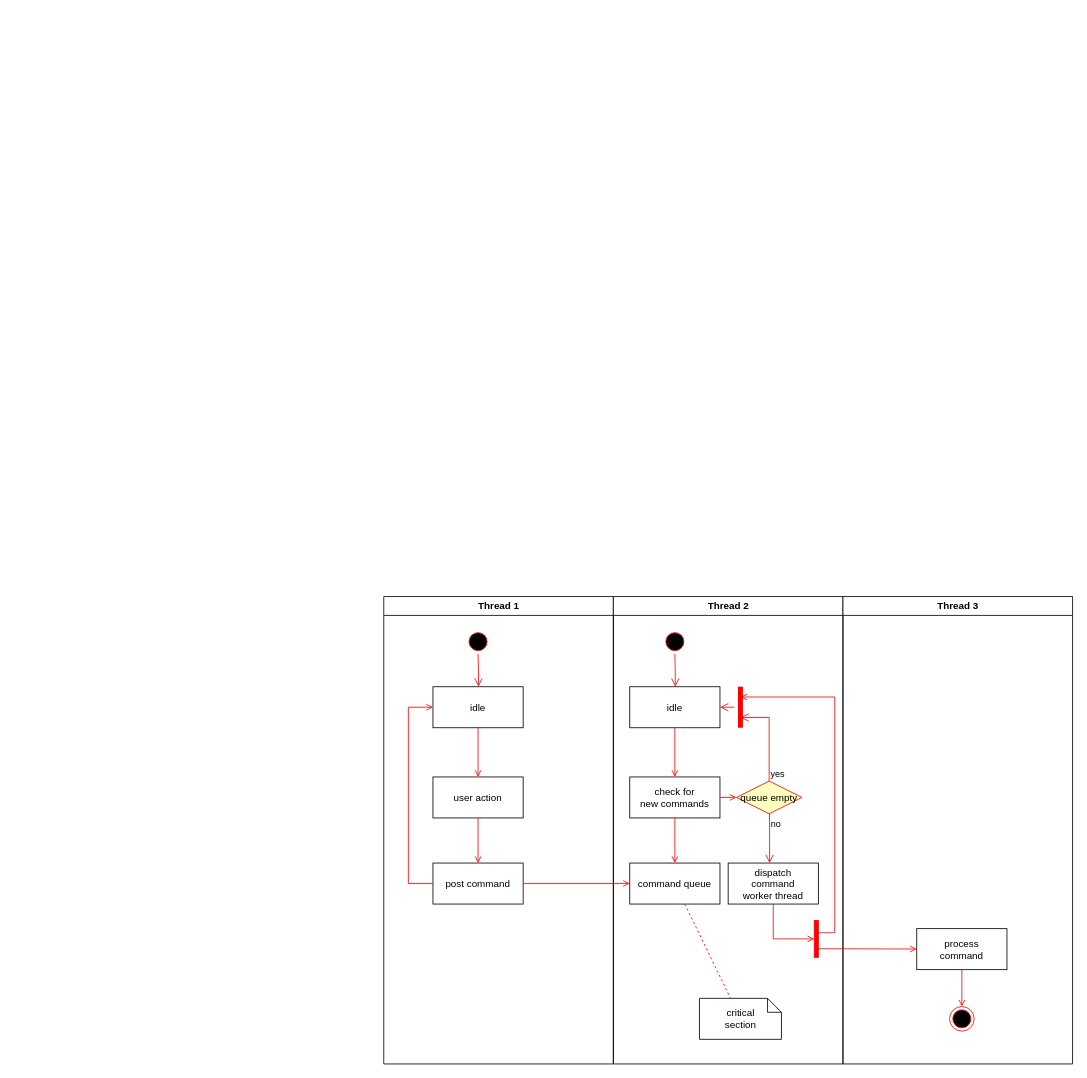
This is repair.drawio from haole1683/Repair_System_Lab2, a draw.io file, before an edit. Source tidied: cells renumbered, new cells numbered last; positions are measured from the earlier drawing's top-left corner, leaving out a move shared by most shapes. Both pictures are drawn from the tidied source at 82%, with x=0, y=0 at pixel (383, 596).
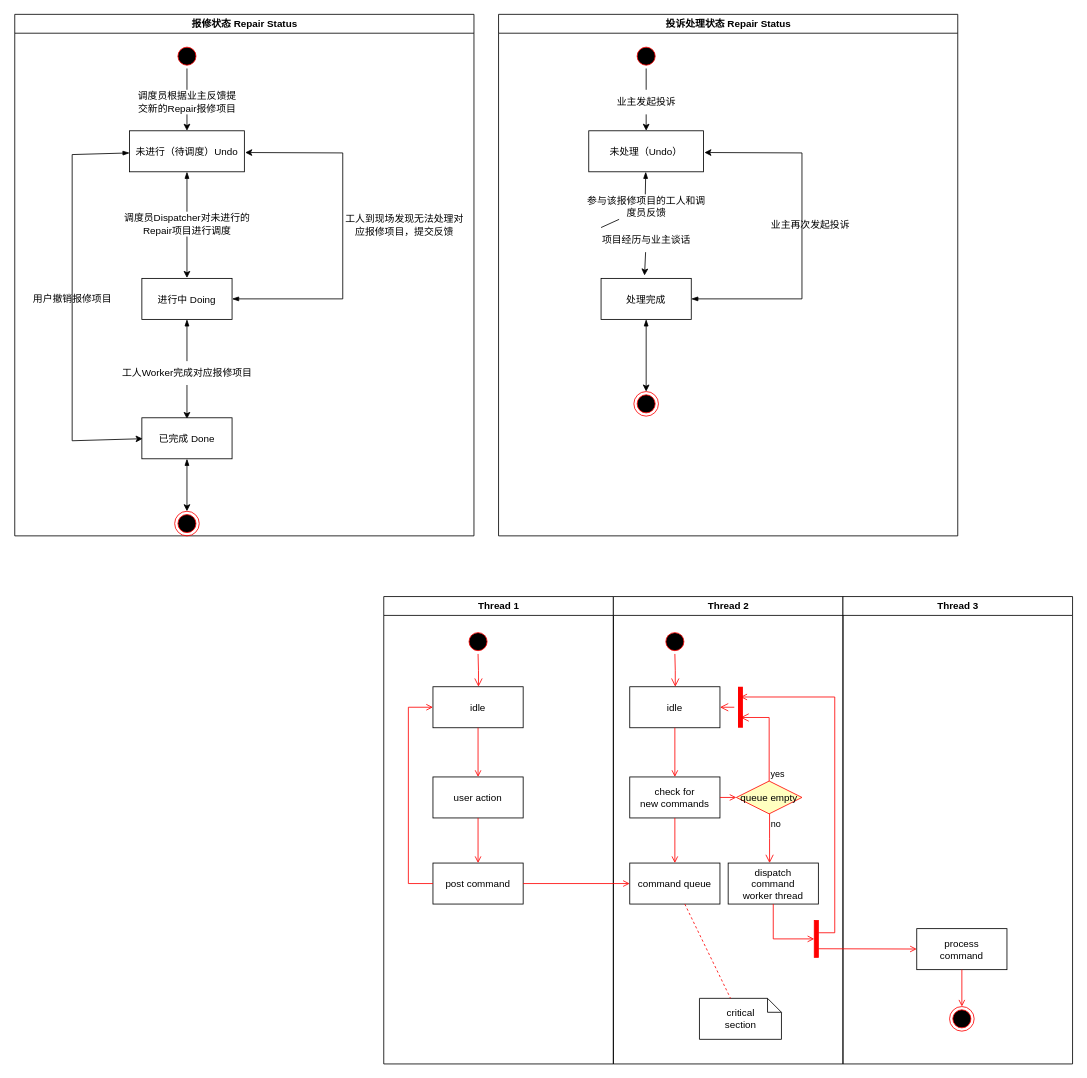
Above is the later version.

What changed in the source:
```diff
@@
+    <mxCell id="37" value="报修状态 Repair Status" style="swimlane;whiteSpace=wrap;startSize=23;" parent="1" vertex="1">
+      <mxGeometry x="-449.5" y="-710" width="560" height="636" as="geometry" />
+    </mxCell>
+    <mxCell id="38" style="edgeStyle=none;rounded=0;jettySize=auto;html=1;startArrow=blockThin;startFill=1;entryX=0.009;entryY=0.51;entryDx=0;entryDy=0;entryPerimeter=0;" parent="37" edge="1" source="44" target="48">
+      <mxGeometry relative="1" as="geometry">
+        <Array as="points">
+          <mxPoint x="70" y="171" />
+          <mxPoint x="70" y="520" />
+        </Array>
+      </mxGeometry>
+    </mxCell>
+    <mxCell id="39" style="edgeStyle=none;rounded=0;jettySize=auto;html=1;startArrow=blockThin;startFill=1;entryX=1.007;entryY=0.53;entryDx=0;entryDy=0;entryPerimeter=0;" parent="37" edge="1" source="46" target="44">
+      <mxGeometry relative="1" as="geometry">
+        <Array as="points">
+          <mxPoint x="400" y="347" />
+          <mxPoint x="400" y="169" />
+        </Array>
+      </mxGeometry>
+    </mxCell>
+    <mxCell id="40" style="edgeStyle=none;rounded=0;jettySize=auto;html=1;entryX=0.5;entryY=0.03;entryDx=0;entryDy=0;entryPerimeter=0;startArrow=blockThin;startFill=1;endArrow=none;" parent="37" edge="1" source="46" target="53">
+      <mxGeometry relative="1" as="geometry" />
+    </mxCell>
+    <mxCell id="41" style="edgeStyle=none;rounded=0;jettySize=auto;html=1;entryX=0.5;entryY=-0.01;entryDx=0;entryDy=0;entryPerimeter=0;startArrow=blockThin;startFill=1;endArrow=none;" parent="37" edge="1" source="44" target="52">
+      <mxGeometry relative="1" as="geometry" />
+    </mxCell>
+    <mxCell id="42" style="ellipse;shape=startState;fillColor=#000000;strokeColor=#ff0000;" parent="37" vertex="1">
+      <mxGeometry x="195" y="36" width="30" height="30" as="geometry" />
+    </mxCell>
+    <mxCell id="43" style="edgeStyle=none;rounded=0;jettySize=auto;html=1;entryX=0.5;entryY=-0.01;entryDx=0;entryDy=0;entryPerimeter=0;startArrow=none;startFill=1;" parent="37" edge="1" source="52" target="46">
+      <mxGeometry relative="1" as="geometry" />
+    </mxCell>
+    <mxCell id="44" value="未进行（待调度）Undo" parent="37" vertex="1">
+      <mxGeometry x="140" y="142" width="140" height="50" as="geometry" />
+    </mxCell>
+    <mxCell id="45" style="edgeStyle=none;rounded=0;jettySize=auto;html=1;entryX=0.5;entryY=0.03;entryDx=0;entryDy=0;entryPerimeter=0;startArrow=none;startFill=1;" parent="37" edge="1" source="53" target="48">
+      <mxGeometry relative="1" as="geometry" />
+    </mxCell>
+    <mxCell id="46" value="进行中 Doing" parent="37" vertex="1">
+      <mxGeometry x="155" y="322" width="110" height="50" as="geometry" />
+    </mxCell>
+    <mxCell id="47" style="edgeStyle=none;rounded=0;jettySize=auto;html=1;entryX=0.5;entryY=0;entryDx=0;entryDy=0;startArrow=blockThin;startFill=1;" parent="37" edge="1" source="48" target="55">
+      <mxGeometry relative="1" as="geometry" />
+    </mxCell>
+    <mxCell id="48" value="已完成 Done" parent="37" vertex="1">
+      <mxGeometry x="155" y="492" width="110" height="50" as="geometry" />
+    </mxCell>
+    <mxCell id="49" style="endArrow=classic;html=1;rounded=0;exitX=0.5;exitY=1;exitDx=0;exitDy=0;startArrow=none;" parent="37" edge="1" source="50">
+      <mxGeometry relative="1" as="geometry">
+        <mxPoint x="210" y="142" as="targetPoint" />
+      </mxGeometry>
+    </mxCell>
+    <mxCell id="50" value="调度员根据业主反馈提&lt;br&gt;交新的Repair报修项目" style="text;html=1;strokeColor=none;fillColor=none;align=center;verticalAlign=middle;whiteSpace=wrap;rounded=0;" parent="37" vertex="1">
+      <mxGeometry x="80" y="92" width="260" height="30" as="geometry" />
+    </mxCell>
+    <mxCell id="51" style="endArrow=none;html=1;rounded=0;exitX=0.5;exitY=1;exitDx=0;exitDy=0;" parent="37" edge="1" target="50">
+      <mxGeometry relative="1" as="geometry">
+        <mxPoint x="210" y="66" as="sourcePoint" />
+      </mxGeometry>
+    </mxCell>
+    <mxCell id="52" value="调度员Dispatcher对未进行的Repair项目进行调度" style="text;html=1;strokeColor=none;fillColor=none;align=center;verticalAlign=middle;whiteSpace=wrap;rounded=0;" parent="37" vertex="1">
+      <mxGeometry x="120" y="241" width="180" height="30" as="geometry" />
+    </mxCell>
+    <mxCell id="53" value="工人Worker完成对应报修项目" style="text;html=1;strokeColor=none;fillColor=none;align=center;verticalAlign=middle;whiteSpace=wrap;rounded=0;" parent="37" vertex="1">
+      <mxGeometry x="125" y="422" width="170" height="30" as="geometry" />
+    </mxCell>
+    <mxCell id="54" value="工人到现场发现无法处理对应报修项目，提交反馈" style="text;html=1;strokeColor=none;fillColor=none;align=center;verticalAlign=middle;whiteSpace=wrap;rounded=0;" parent="37" vertex="1">
+      <mxGeometry x="400" y="242" width="150" height="30" as="geometry" />
+    </mxCell>
+    <mxCell id="55" style="ellipse;html=1;shape=endState;fillColor=#000000;strokeColor=#ff0000;" parent="37" vertex="1">
+      <mxGeometry x="195" y="606" width="30" height="30" as="geometry" />
+    </mxCell>
+    <mxCell id="56" value="用户撤销报修项目" style="text;html=1;strokeColor=none;fillColor=none;align=center;verticalAlign=middle;whiteSpace=wrap;rounded=0;" parent="37" vertex="1">
+      <mxGeometry x="20" y="332" width="100" height="30" as="geometry" />
+    </mxCell>
+    <mxCell id="57" value="投诉处理状态 Repair Status" style="swimlane;whiteSpace=wrap;startSize=23;" parent="1" vertex="1">
+      <mxGeometry x="140.5" y="-710" width="560" height="636" as="geometry" />
+    </mxCell>
+    <mxCell id="58" style="edgeStyle=none;rounded=0;jettySize=auto;html=1;entryX=0.493;entryY=-0.017;entryDx=0;entryDy=0;entryPerimeter=0;startArrow=blockThin;startFill=1;endArrow=none;" parent="57" edge="1" source="62" target="71">
+      <mxGeometry relative="1" as="geometry" />
+    </mxCell>
+    <mxCell id="59" style="edgeStyle=none;rounded=0;jettySize=auto;html=1;startArrow=blockThin;startFill=1;entryX=1.007;entryY=0.53;entryDx=0;entryDy=0;entryPerimeter=0;" parent="57" edge="1" source="64" target="62">
+      <mxGeometry relative="1" as="geometry">
+        <Array as="points">
+          <mxPoint x="370" y="347" />
+          <mxPoint x="370" y="169" />
+        </Array>
+      </mxGeometry>
+    </mxCell>
+    <mxCell id="60" style="ellipse;shape=startState;fillColor=#000000;strokeColor=#ff0000;" parent="57" vertex="1">
+      <mxGeometry x="165" y="36" width="30" height="30" as="geometry" />
+    </mxCell>
+    <mxCell id="61" style="edgeStyle=none;rounded=0;jettySize=auto;html=1;entryX=0.482;entryY=-0.07;entryDx=0;entryDy=0;entryPerimeter=0;startArrow=none;startFill=1;" parent="57" edge="1" source="69" target="64">
+      <mxGeometry relative="1" as="geometry" />
+    </mxCell>
+    <mxCell id="62" value="未处理（Undo）" parent="57" vertex="1">
+      <mxGeometry x="110" y="142" width="140" height="50" as="geometry" />
+    </mxCell>
+    <mxCell id="63" style="edgeStyle=none;rounded=0;jettySize=auto;html=1;entryX=0.5;entryY=0;entryDx=0;entryDy=0;startArrow=blockThin;startFill=1;" parent="57" edge="1" source="64" target="68">
+      <mxGeometry relative="1" as="geometry" />
+    </mxCell>
+    <mxCell id="64" value="处理完成" parent="57" vertex="1">
+      <mxGeometry x="125" y="322" width="110" height="50" as="geometry" />
+    </mxCell>
+    <mxCell id="65" style="endArrow=classic;html=1;rounded=0;exitX=0.5;exitY=1;exitDx=0;exitDy=0;startArrow=none;" parent="57" edge="1" source="66">
+      <mxGeometry relative="1" as="geometry">
+        <mxPoint x="180" y="142" as="targetPoint" />
+      </mxGeometry>
+    </mxCell>
+    <mxCell id="66" value="业主发起投诉" style="text;html=1;strokeColor=none;fillColor=none;align=center;verticalAlign=middle;whiteSpace=wrap;rounded=0;" parent="57" vertex="1">
+      <mxGeometry x="50" y="92" width="260" height="30" as="geometry" />
+    </mxCell>
+    <mxCell id="67" style="endArrow=none;html=1;rounded=0;exitX=0.5;exitY=1;exitDx=0;exitDy=0;" parent="57" edge="1" source="60" target="66">
+      <mxGeometry relative="1" as="geometry" />
+    </mxCell>
+    <mxCell id="68" style="ellipse;html=1;shape=endState;fillColor=#000000;strokeColor=#ff0000;" parent="57" vertex="1">
+      <mxGeometry x="165" y="460" width="30" height="30" as="geometry" />
+    </mxCell>
+    <mxCell id="69" value="项目经历与业主谈话" style="text;html=1;strokeColor=none;fillColor=none;align=center;verticalAlign=middle;whiteSpace=wrap;rounded=0;" parent="57" vertex="1">
+      <mxGeometry x="125" y="260" width="110" height="30" as="geometry" />
+    </mxCell>
+    <mxCell id="70" style="edgeStyle=none;rounded=0;jettySize=auto;html=1;entryX=0;entryY=0;entryDx=0;entryDy=0;startArrow=none;startFill=1;endArrow=none;" parent="57" edge="1" source="71" target="69">
+      <mxGeometry relative="1" as="geometry" />
+    </mxCell>
+    <mxCell id="71" value="参与该报修项目的工人和调度员反馈" style="text;html=1;strokeColor=none;fillColor=none;align=center;verticalAlign=middle;whiteSpace=wrap;rounded=0;" parent="57" vertex="1">
+      <mxGeometry x="105" y="220" width="150" height="30" as="geometry" />
+    </mxCell>
+    <mxCell id="72" value="业主再次发起投诉" style="text;html=1;strokeColor=none;fillColor=none;align=center;verticalAlign=middle;whiteSpace=wrap;rounded=0;" parent="57" vertex="1">
+      <mxGeometry x="310" y="242" width="140" height="30" as="geometry" />
+    </mxCell>
```
